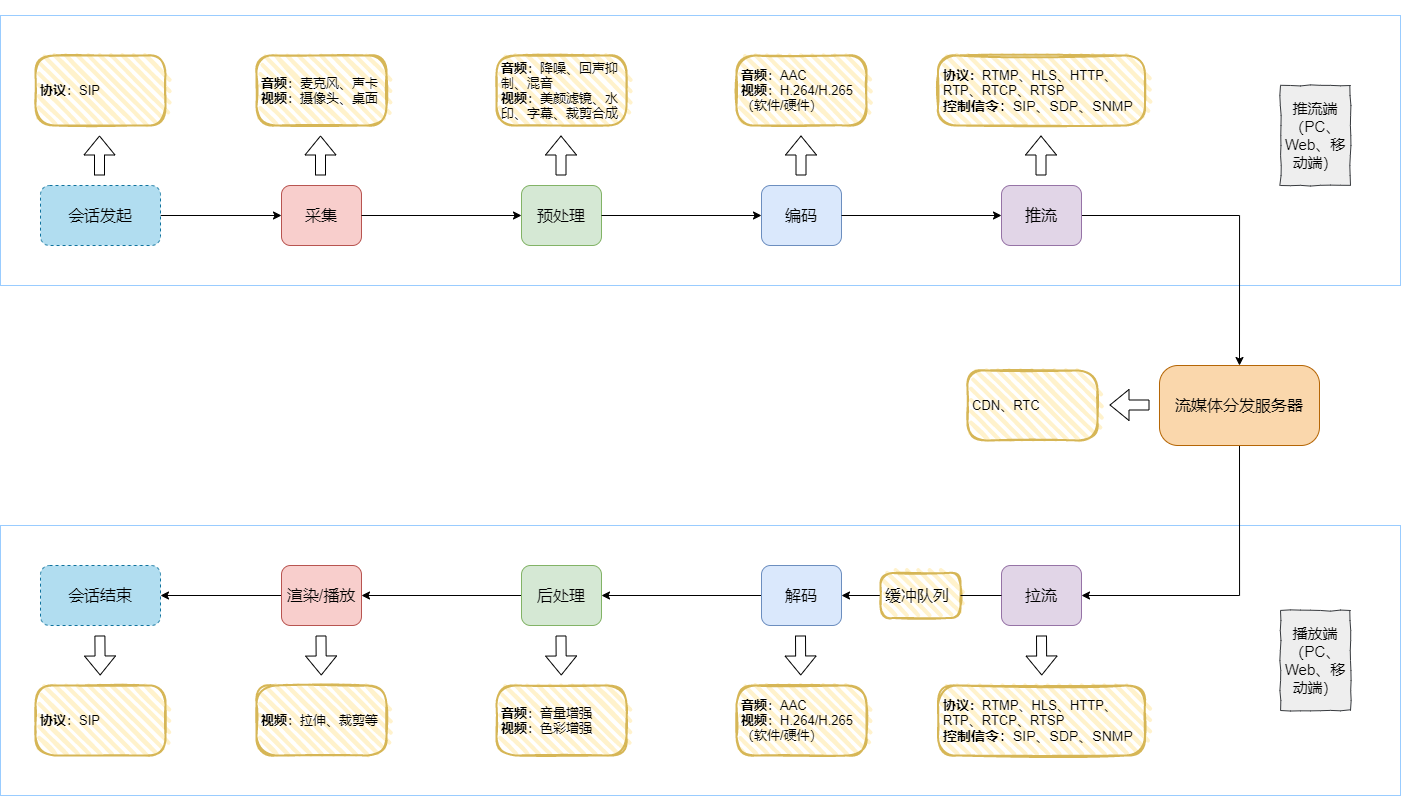
Before: diagrams/音视频/音视频架构.drawio.png, a diagram exported from draw.io (suirane/assets). Source tidied: cells renumbered, new cells last; positions are measured from the earlier drawing's top-left corner, leaving out a move shared by most shapes.
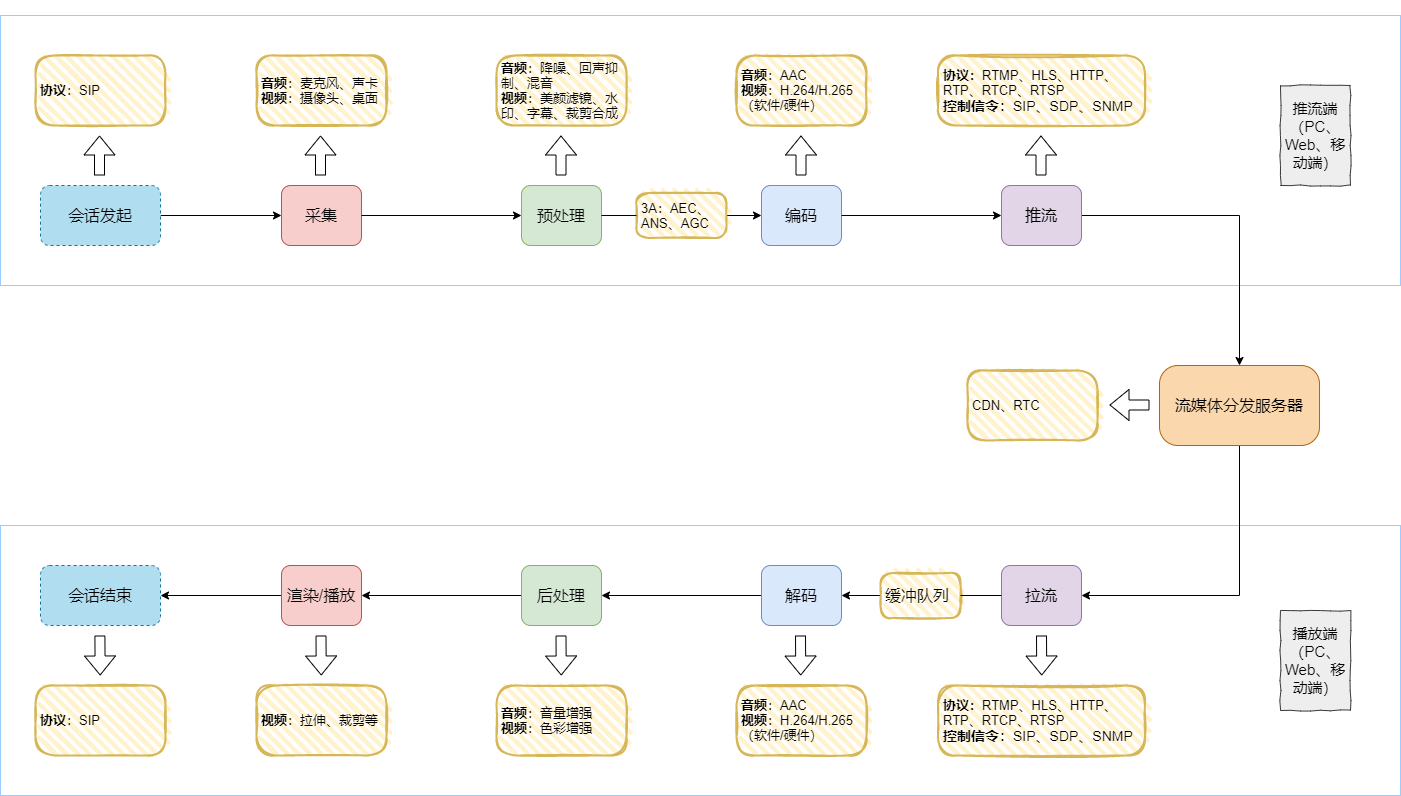
The same diagram one commit later.

Commit message:
更新音视频架构.drawio.png

Change to the diagram source:
```diff
@@ -20,7 +20,7 @@
     <mxCell id="7" value="&lt;span style=&quot;font-size: 16px&quot;&gt;编码&lt;/span&gt;" style="rounded=1;whiteSpace=wrap;html=1;fillColor=#dae8fc;strokeColor=#6c8ebf;" parent="1" vertex="1">
       <mxGeometry x="761" y="170" width="80" height="60" as="geometry" />
     </mxCell>
-    <mxCell id="8" style="edgeStyle=orthogonalEdgeStyle;rounded=0;jettySize=auto;html=1;exitX=1;exitY=0.5;exitDx=0;exitDy=0;entryX=0;entryY=0.5;entryDx=0;entryDy=0;" parent="1" edge="1" source="5" target="7">
+    <mxCell id="8" style="edgeStyle=orthogonalEdgeStyle;rounded=0;jettySize=auto;html=1;exitX=1;exitY=0.5;exitDx=0;exitDy=0;entryX=0;entryY=0.5;entryDx=0;entryDy=0;startArrow=none;" parent="1" edge="1" source="51" target="7">
       <mxGeometry x="481" y="-670" as="geometry" />
     </mxCell>
     <mxCell id="9" style="edgeStyle=orthogonalEdgeStyle;rounded=0;jettySize=auto;html=1;exitX=1;exitY=0.5;exitDx=0;exitDy=0;entryX=0.5;entryY=0;entryDx=0;entryDy=0;fontSize=12;" parent="1" edge="1" source="10" target="36">
@@ -182,5 +182,11 @@
     <mxCell id="50" style="edgeStyle=orthogonalEdgeStyle;rounded=0;jettySize=auto;html=1;exitX=0;exitY=0.5;exitDx=0;exitDy=0;entryX=1;entryY=0.5;entryDx=0;entryDy=0;fontSize=12;endArrow=none;" parent="1" edge="1" source="19" target="49">
       <mxGeometry relative="1" as="geometry" />
     </mxCell>
+    <mxCell id="51" value="&lt;p style=&quot;line-height: 100%&quot;&gt;&lt;/p&gt;&lt;blockquote style=&quot;margin: 0 0 0 40px ; border: none ; padding: 0px&quot;&gt;&lt;/blockquote&gt;&lt;span style=&quot;font-family: &amp;#34;helvetica&amp;#34; ; font-size: 13px&quot;&gt;3A：AEC、ANS、AGC&lt;/span&gt;&lt;br&gt;&lt;p&gt;&lt;/p&gt;" style="rounded=1;whiteSpace=wrap;html=1;strokeWidth=2;fillWeight=4;hachureGap=8;hachureAngle=45;fillColor=#fff2cc;sketch=1;strokeColor=#d6b656;align=left;fontSize=12;arcSize=27;verticalAlign=middle;spacingTop=0;spacing=0;horizontal=1;spacingLeft=5;spacingRight=5;" parent="1" vertex="1">
+      <mxGeometry x="636" y="177.5" width="90" height="45" as="geometry" />
+    </mxCell>
+    <mxCell id="52" style="edgeStyle=orthogonalEdgeStyle;rounded=0;jettySize=auto;html=1;exitX=1;exitY=0.5;exitDx=0;exitDy=0;entryX=0;entryY=0.5;entryDx=0;entryDy=0;endArrow=none;" parent="1" edge="1" source="5" target="51">
+      <mxGeometry x="481" y="-670" as="geometry" />
+    </mxCell>
   </root>
 </mxGraphModel>
```
